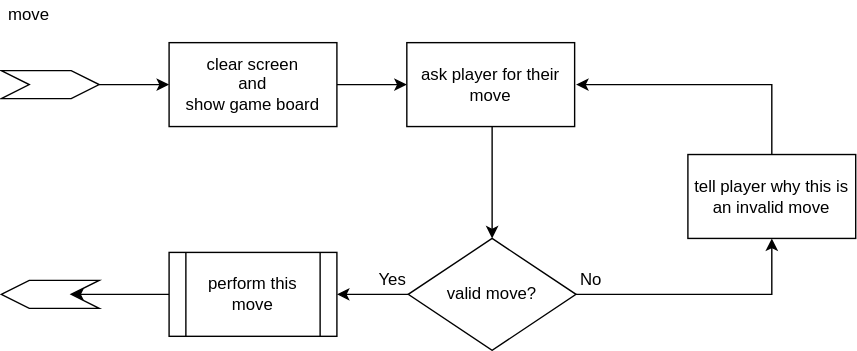
Earlier version of the draw.io export doc/flowcharts/move.svg (shishakohle/AI-funurona). Source tidied: cells renumbered, new cells last; positions are measured from the earlier drawing's top-left corner, leaving out a move shared by most shapes.
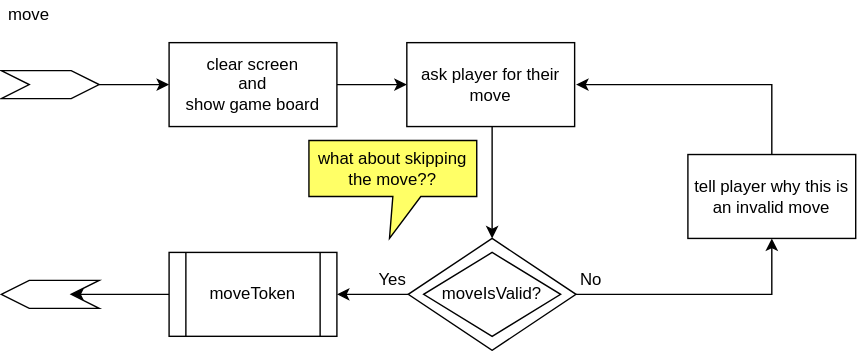
After the change.

What changed in the source:
```diff
@@ -28,7 +28,7 @@
     <mxCell id="9" style="edgeStyle=orthogonalEdgeStyle;rounded=0;jettySize=auto;html=1;entryX=1;entryY=0.5;entryDx=0;entryDy=0;" parent="1" edge="1" source="10" target="16">
       <mxGeometry relative="1" as="geometry" />
     </mxCell>
-    <mxCell id="10" value="valid move?" style="rhombus;whiteSpace=wrap;html=1;" parent="1" vertex="1">
+    <mxCell id="10" style="rhombus;whiteSpace=wrap;html=1;" parent="1" vertex="1">
       <mxGeometry x="291" y="170" width="120" height="80" as="geometry" />
     </mxCell>
     <mxCell id="11" style="edgeStyle=orthogonalEdgeStyle;rounded=0;jettySize=auto;html=1;entryX=1;entryY=0.5;entryDx=0;entryDy=0;exitX=0.5;exitY=0;exitDx=0;exitDy=0;" parent="1" edge="1" source="12">
@@ -51,7 +51,7 @@
     <mxCell id="15" style="edgeStyle=orthogonalEdgeStyle;rounded=0;jettySize=auto;html=1;entryX=0;entryY=0.5;entryDx=0;entryDy=0;" parent="1" edge="1" source="16" target="6">
       <mxGeometry relative="1" as="geometry" />
     </mxCell>
-    <mxCell id="16" value="perform this move" style="shape=process;whiteSpace=wrap;html=1;backgroundOutline=1;" parent="1" vertex="1">
+    <mxCell id="16" value="moveToken" style="shape=process;whiteSpace=wrap;html=1;backgroundOutline=1;" parent="1" vertex="1">
       <mxGeometry x="120" y="180" width="120" height="60" as="geometry" />
     </mxCell>
     <mxCell id="17" style="edgeStyle=orthogonalEdgeStyle;rounded=0;jettySize=auto;html=1;entryX=0;entryY=0.5;entryDx=0;entryDy=0;" parent="1" edge="1" source="18" target="3">
@@ -60,5 +60,11 @@
     <mxCell id="18" value="clear screen&lt;br&gt;and&lt;br&gt;show game board" style="rounded=0;whiteSpace=wrap;html=1;" parent="1" vertex="1">
       <mxGeometry x="120" y="30" width="120" height="60" as="geometry" />
     </mxCell>
+    <mxCell id="19" value="moveIsValid?" style="rhombus;whiteSpace=wrap;html=1;" parent="1" vertex="1">
+      <mxGeometry x="302" y="180" width="98" height="60" as="geometry" />
+    </mxCell>
+    <mxCell id="20" value="what about skipping the move??" style="shape=callout;whiteSpace=wrap;html=1;perimeter=calloutPerimeter;position2=0.48;fillColor=#FFFF66;" parent="1" vertex="1">
+      <mxGeometry x="220" y="100" width="120" height="70" as="geometry" />
+    </mxCell>
   </root>
 </mxGraphModel>
```
